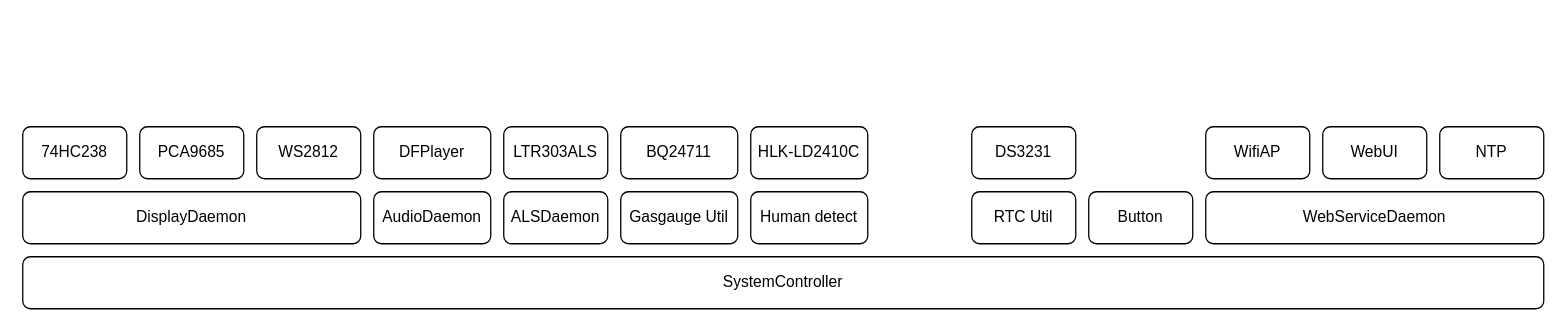
Before: doc/structure.drawio in HabonRoof/nixietube_clock, a draw.io diagram. Source tidied: cells renumbered, new cells numbered last; positions are measured from the earlier drawing's top-left corner, leaving out a move shared by most shapes. Both pictures are drawn from the tidied source at 130%, with x=0, y=0 at pixel (22, 126).
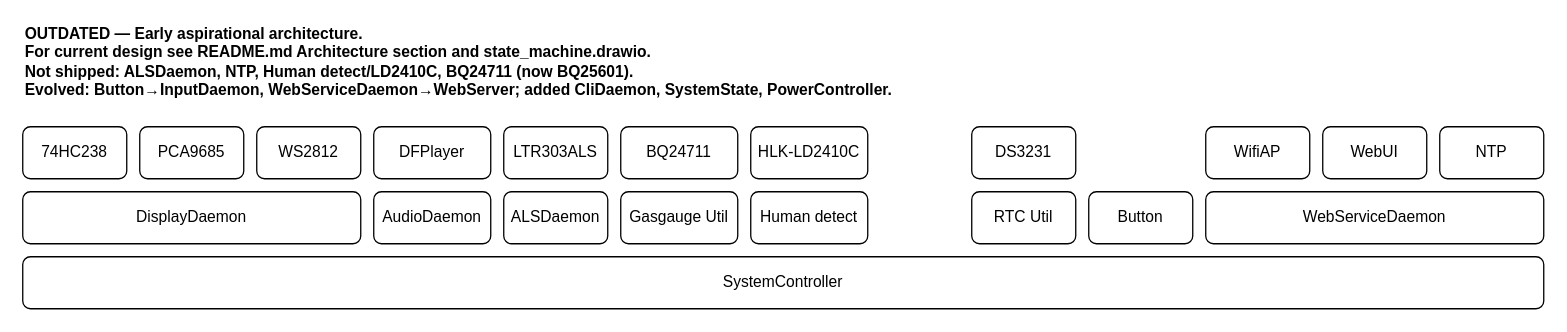
The same page after the edit.

The edit, as a diff of the source:
```diff
@@
+    <mxCell id="22" value="OUTDATED — Early aspirational architecture.&lt;br&gt;For current design see README.md Architecture section and state_machine.drawio.&lt;br&gt;Not shipped: ALSDaemon, NTP, Human detect/LD2410C, BQ24711 (now BQ25601).&lt;br&gt;Evolved: Button→InputDaemon, WebServiceDaemon→WebServer; added CliDaemon, SystemState, PowerController." style="text;html=1;align=left;verticalAlign=middle;strokeColor=none;fillColor=none;fontSize=12;fontFamily=Helvetica;fontStyle=1;" parent="1" vertex="1">
+      <mxGeometry y="-80" width="700" height="60" as="geometry" />
+    </mxCell>
```
